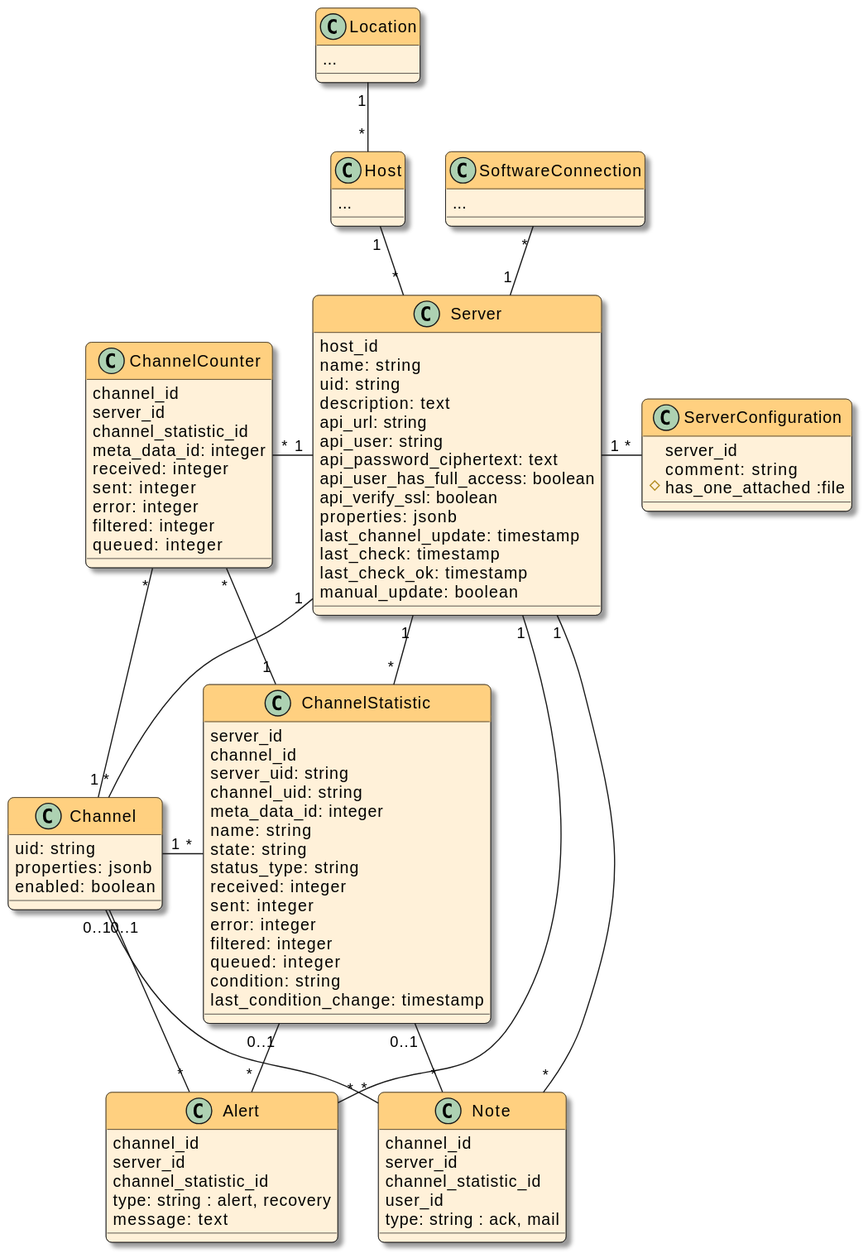
Above: docs/devnotes/_images/models.svg in swobspace/mirco (PlantUML), before the change.
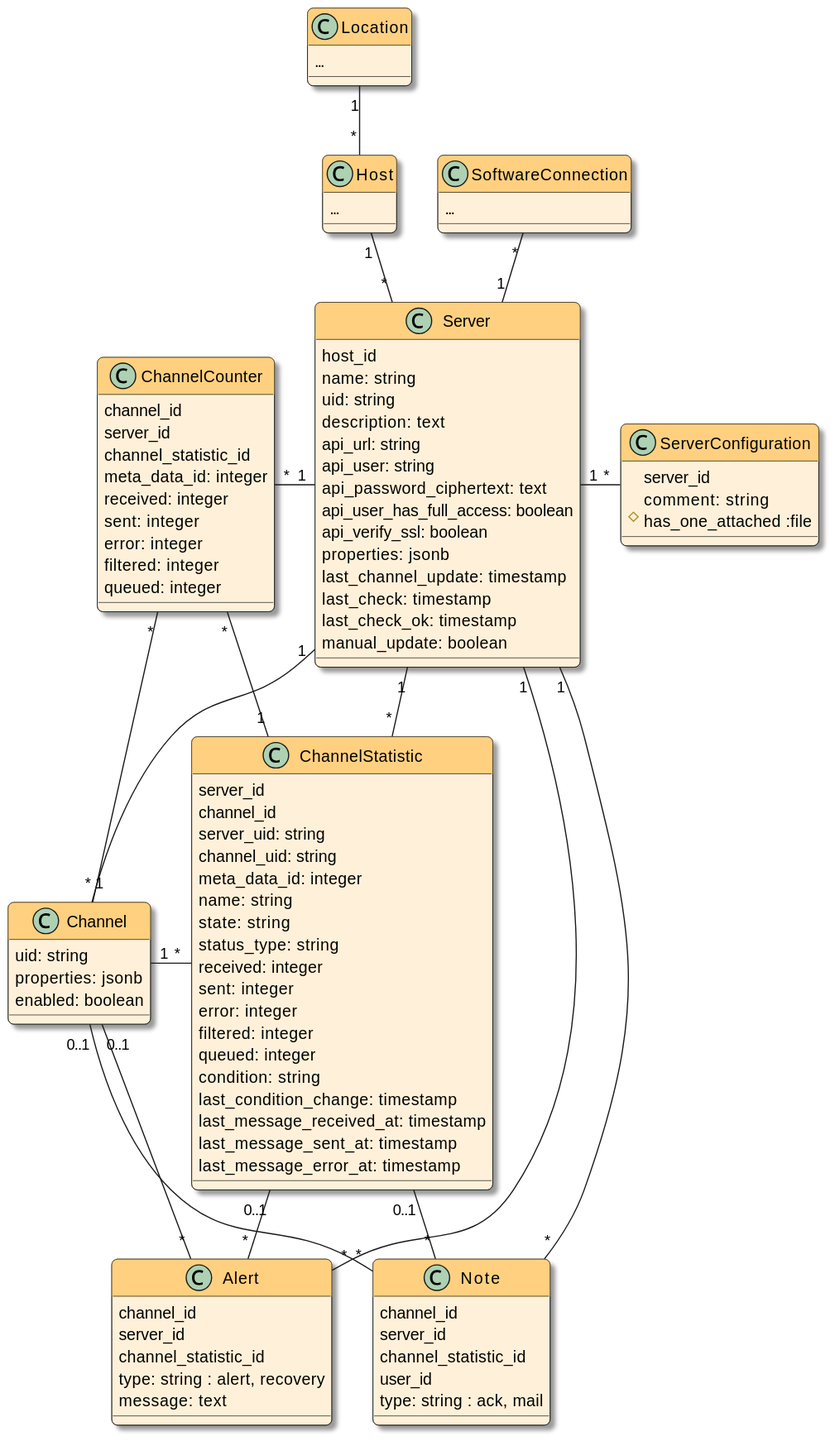
The same file after the commit.

Commit message:
add last_message_*_at to model channel_statistic

What changed in the source:
```diff
@@ -52,6 +52,9 @@
   queued: integer
   condition: string
   last_condition_change: timestamp
+  last_message_received_at: timestamp
+  last_message_sent_at: timestamp
+  last_message_error_at: timestamp
 }
 
 class ChannelCounter {
```
